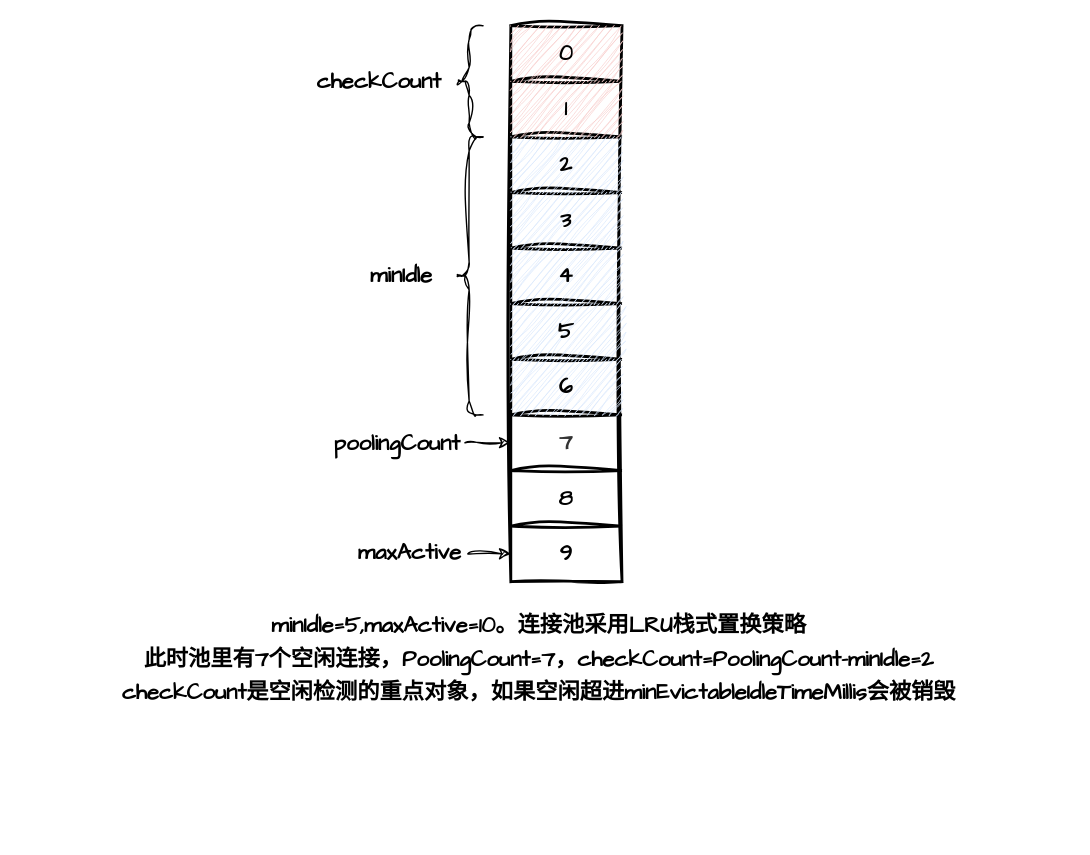
zhuanzhuan-tech/arch-draw-io keeps this draw.io diagram as personal/duyunjie/连接池.drawio. Above is the earlier version. Source tidied: cells renumbered, new cells numbered last; positions are measured from the earlier drawing's top-left corner, leaving out a move shared by most shapes. Both pictures are drawn from the tidied source at 139%, with x=0, y=0 at pixel (107, 25).
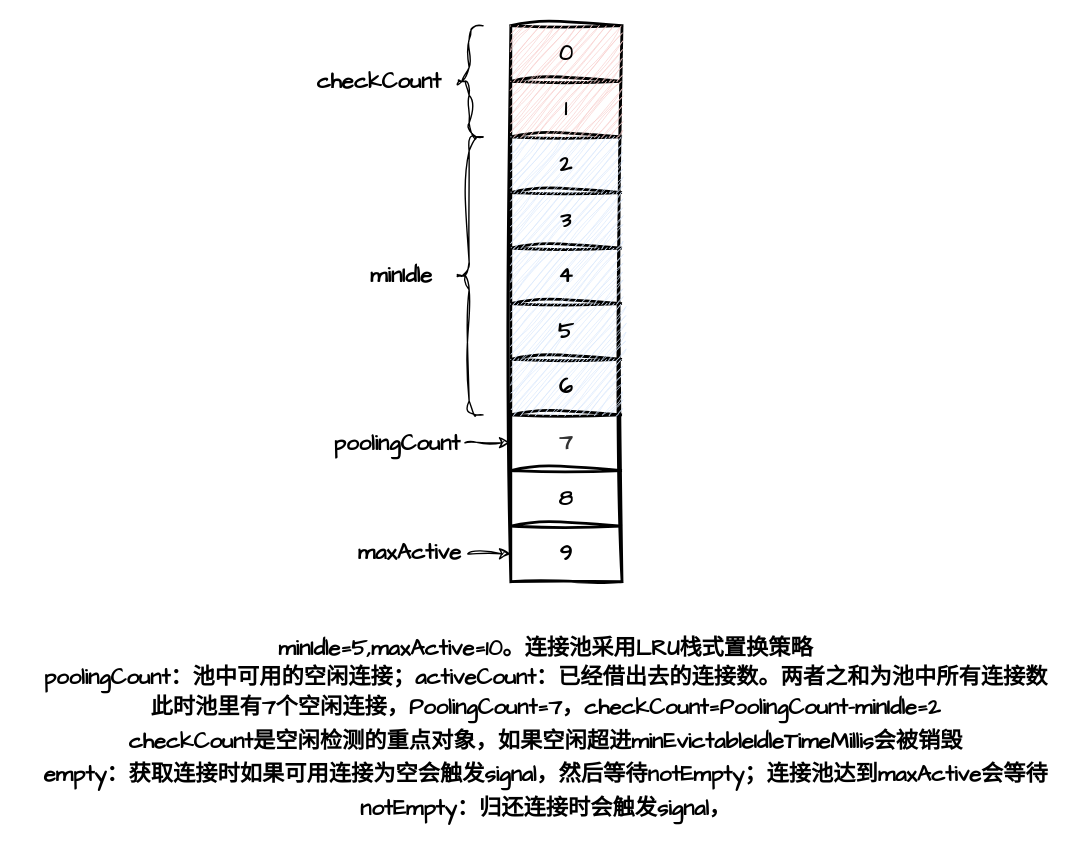
The same page after the edit.

Commit message:
更新连接池.drawio

The edit, as a diff of the source:
```diff
@@
-    <mxCell id="31" value="&lt;b style=&quot;line-height: 150%;&quot;&gt;&lt;font style=&quot;font-size: 16px; line-height: 150%;&quot;&gt;minIdle=5,maxActive=10。连接池采用LRU栈式置换策略&lt;/font&gt;&lt;/b&gt;&lt;div style=&quot;line-height: 150%;&quot;&gt;&lt;span style=&quot;font-size: 16px; line-height: 150%;&quot;&gt;&lt;b&gt;此时池里有7个空闲连接，PoolingCount=7，checkCount=PoolingCount-minIdle=2&lt;/b&gt;&lt;/span&gt;&lt;/div&gt;&lt;div style=&quot;line-height: 150%;&quot;&gt;&lt;span style=&quot;font-size: 16px; line-height: 150%;&quot;&gt;&lt;b&gt;checkCount是空闲检测的重点对象，如果空闲超进&lt;/b&gt;&lt;/span&gt;&lt;span style=&quot;background-color: initial; font-size: 16px; line-height: 150%;&quot;&gt;&lt;b&gt;minEvictableIdleTimeMillis会被销毁&lt;/b&gt;&lt;/span&gt;&lt;/div&gt;" style="text;html=1;align=center;verticalAlign=middle;strokeColor=none;fillColor=none;fontFamily=Architects Daughter;" parent="1" vertex="1">
-      <mxGeometry y="410" width="620" height="90" as="geometry" />
+    <mxCell id="31" value="&lt;b style=&quot;line-height: 150%;&quot;&gt;&lt;font style=&quot;font-size: 16px; line-height: 150%;&quot;&gt;minIdle=5,maxActive=10。连接池采用LRU栈式置换策略&lt;/font&gt;&lt;/b&gt;&lt;div&gt;&lt;span style=&quot;font-size: 16px;&quot;&gt;&lt;b&gt;poolingCount：池中可用的空闲连接；&lt;/b&gt;&lt;/span&gt;&lt;b style=&quot;background-color: initial; font-size: 16px;&quot;&gt;activeCount：已经借出去的连接数。两者之和为池中所有连接数&lt;/b&gt;&lt;div&gt;&lt;div style=&quot;line-height: 150%;&quot;&gt;&lt;span style=&quot;font-size: 16px; line-height: 150%;&quot;&gt;&lt;b&gt;此时池里有7个空闲连接，PoolingCount=7，checkCount=PoolingCount-minIdle=2&lt;/b&gt;&lt;/span&gt;&lt;/div&gt;&lt;div style=&quot;line-height: 150%;&quot;&gt;&lt;span style=&quot;font-size: 16px; line-height: 150%;&quot;&gt;&lt;b&gt;checkCount是空闲检测的重点对象，如果空闲超进&lt;/b&gt;&lt;/span&gt;&lt;span style=&quot;background-color: initial; font-size: 16px; line-height: 150%;&quot;&gt;&lt;b&gt;minEvictableIdleTimeMillis会被销毁&lt;/b&gt;&lt;/span&gt;&lt;/div&gt;&lt;div style=&quot;line-height: 150%;&quot;&gt;&lt;span style=&quot;background-color: initial; font-size: 16px; line-height: 150%;&quot;&gt;&lt;b&gt;empty：获取连接时如果可用连接为空会触发signal，然后等待notEmpty；连接池达到maxActive会等待&lt;/b&gt;&lt;/span&gt;&lt;/div&gt;&lt;div style=&quot;line-height: 150%;&quot;&gt;&lt;span style=&quot;background-color: initial; font-size: 16px; line-height: 150%;&quot;&gt;&lt;b&gt;notEmpty：归还连接时会触发signal，&lt;/b&gt;&lt;/span&gt;&lt;/div&gt;&lt;/div&gt;&lt;/div&gt;" style="text;html=1;align=center;verticalAlign=middle;strokeColor=none;fillColor=none;fontFamily=Architects Daughter;" parent="1" vertex="1">
+      <mxGeometry x="-60" y="430" width="750" height="150" as="geometry" />
     </mxCell>
```
